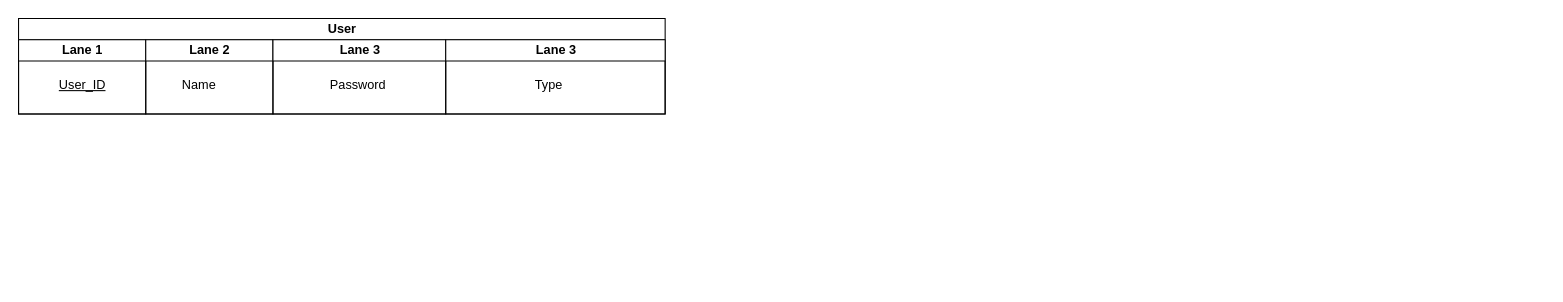
Before: DBDesign.drawio in tp12356twNccu/Database_NCCU, a draw.io diagram. Source tidied: cells renumbered, new cells numbered last; positions are measured from the earlier drawing's top-left corner, leaving out a move shared by most shapes. Both pictures are drawn from the tidied source at 106%, with x=0, y=0 at pixel (18, 18).
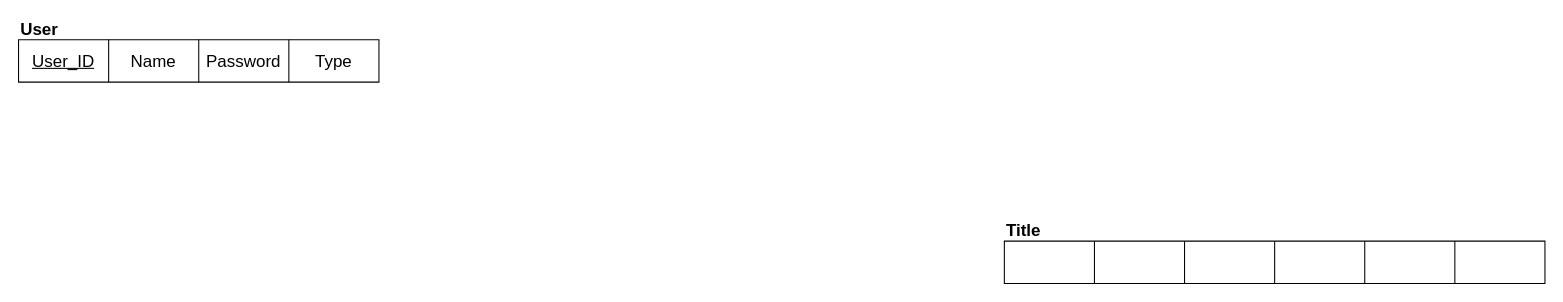
The same page after the edit.

Diff of the diagram source:
```diff
@@
 <mxGraphModel>
   <root>
     <mxCell id="0" />
     <mxCell id="1" parent="0" />
-    <mxCell id="2" value="User" style="swimlane;startSize=20;html=1;" parent="1" vertex="1">
-      <mxGeometry width="610" height="90" as="geometry" />
-    </mxCell>
-    <mxCell id="3" value="Lane 1" style="swimlane;startSize=20;html=1;" parent="2" vertex="1">
-      <mxGeometry y="20" width="120" height="70" as="geometry" />
-    </mxCell>
+    <mxCell id="11" style="shape=table;startSize=0;childLayout=tableLayout;fontSize=16;" parent="1" vertex="1">
+      <mxGeometry x="930" y="210" width="510" height="40" as="geometry" />
+    </mxCell>
+    <mxCell id="12" style="shape=tableRow;horizontal=0;startSize=0;swimlaneHead=0;swimlaneBody=0;strokeColor=inherit;top=0;left=0;bottom=0;right=0;fillColor=none;fontSize=16;" parent="11" vertex="1">
+      <mxGeometry width="510" height="40" as="geometry" />
+    </mxCell>
+    <mxCell id="13" style="shape=partialRectangle;html=1;whiteSpace=wrap;strokeColor=inherit;overflow=hidden;fillColor=none;top=0;left=0;bottom=0;right=0;fontSize=16;" parent="12" vertex="1">
+      <mxGeometry width="85" height="40" as="geometry" />
+    </mxCell>
+    <mxCell id="14" style="shape=partialRectangle;html=1;whiteSpace=wrap;strokeColor=inherit;overflow=hidden;fillColor=none;top=0;left=0;bottom=0;right=0;fontSize=16;" parent="12" vertex="1">
+      <mxGeometry x="85" width="85" height="40" as="geometry" />
+    </mxCell>
+    <mxCell id="15" style="shape=partialRectangle;html=1;whiteSpace=wrap;strokeColor=inherit;overflow=hidden;fillColor=none;top=0;left=0;bottom=0;right=0;fontSize=16;" parent="12" vertex="1">
+      <mxGeometry x="170" width="85" height="40" as="geometry" />
+    </mxCell>
+    <mxCell id="16" style="shape=partialRectangle;html=1;whiteSpace=wrap;strokeColor=inherit;overflow=hidden;fillColor=none;top=0;left=0;bottom=0;right=0;fontSize=16;" parent="12" vertex="1">
+      <mxGeometry x="255" width="85" height="40" as="geometry" />
+    </mxCell>
+    <mxCell id="17" style="shape=partialRectangle;html=1;whiteSpace=wrap;strokeColor=inherit;overflow=hidden;fillColor=none;top=0;left=0;bottom=0;right=0;fontSize=16;" parent="12" vertex="1">
+      <mxGeometry x="340" width="85" height="40" as="geometry" />
+    </mxCell>
+    <mxCell id="18" style="shape=partialRectangle;html=1;whiteSpace=wrap;strokeColor=inherit;overflow=hidden;fillColor=none;top=0;left=0;bottom=0;right=0;fontSize=12;" parent="12" vertex="1">
+      <mxGeometry x="425" width="85" height="40" as="geometry" />
+    </mxCell>
+    <mxCell id="19" value="Title" style="text;strokeColor=none;fillColor=none;html=1;fontSize=16;fontStyle=1;verticalAlign=middle;align=left;" parent="1" vertex="1">
+      <mxGeometry x="930" y="190" width="60" height="20" as="geometry" />
+    </mxCell>
+    <mxCell id="20" style="shape=table;startSize=0;childLayout=tableLayout;fontSize=12;" parent="1" vertex="1">
+      <mxGeometry y="20" width="340" height="40" as="geometry" />
+    </mxCell>
+    <mxCell id="21" style="shape=tableRow;horizontal=0;startSize=0;swimlaneHead=0;swimlaneBody=0;strokeColor=inherit;top=0;left=0;bottom=0;right=0;fillColor=none;fontSize=16;" parent="20" vertex="1">
+      <mxGeometry width="340" height="40" as="geometry" />
+    </mxCell>
-    <mxCell id="4" value="&lt;u&gt;User_ID&lt;/u&gt;" style="text;html=1;align=center;verticalAlign=middle;strokeColor=none;fillColor=none;" parent="3" vertex="1">
-      <mxGeometry x="25" y="28" width="70" height="30" as="geometry" />
+    <mxCell id="4" value="User_ID" style="shape=partialRectangle;html=1;whiteSpace=wrap;strokeColor=inherit;overflow=hidden;fillColor=none;top=0;left=0;bottom=0;right=0;fontSize=16;fontStyle=4;" parent="21" vertex="1">
+      <mxGeometry width="85" height="40" as="geometry" />
     </mxCell>
-    <mxCell id="5" value="Lane 2" style="swimlane;startSize=20;html=1;" parent="2" vertex="1">
-      <mxGeometry x="120" y="20" width="120" height="70" as="geometry" />
-    </mxCell>
-    <mxCell id="6" value="Lane 3" style="swimlane;startSize=20;html=1;" parent="2" vertex="1">
-      <mxGeometry x="240" y="20" width="163" height="70" as="geometry" />
-    </mxCell>
-    <mxCell id="7" value="Lane 3" style="swimlane;startSize=20;html=1;" parent="2" vertex="1">
-      <mxGeometry x="403" y="20" width="207" height="70" as="geometry" />
-    </mxCell>
-    <mxCell id="8" value="Name" style="text;html=1;align=center;verticalAlign=middle;strokeColor=none;fillColor=none;" parent="1" vertex="1">
-      <mxGeometry x="140" y="48" width="60" height="30" as="geometry" />
+    <mxCell id="8" value="Name" style="shape=partialRectangle;html=1;whiteSpace=wrap;strokeColor=inherit;overflow=hidden;fillColor=none;top=0;left=0;bottom=0;right=0;fontSize=16;" parent="21" vertex="1">
+      <mxGeometry x="85" width="85" height="40" as="geometry" />
     </mxCell>
-    <mxCell id="9" value="Password" style="text;html=1;align=center;verticalAlign=middle;strokeColor=none;fillColor=none;" parent="1" vertex="1">
-      <mxGeometry x="280" y="48" width="80" height="30" as="geometry" />
+    <mxCell id="9" value="Password" style="shape=partialRectangle;html=1;whiteSpace=wrap;strokeColor=inherit;overflow=hidden;fillColor=none;top=0;left=0;bottom=0;right=0;fontSize=16;" parent="21" vertex="1">
+      <mxGeometry x="170" width="85" height="40" as="geometry" />
     </mxCell>
-    <mxCell id="10" value="Type" style="text;html=1;align=center;verticalAlign=middle;strokeColor=none;fillColor=none;" parent="1" vertex="1">
-      <mxGeometry x="475" y="48" width="50" height="30" as="geometry" />
+    <mxCell id="10" value="Type" style="shape=partialRectangle;html=1;whiteSpace=wrap;strokeColor=inherit;overflow=hidden;fillColor=none;top=0;left=0;bottom=0;right=0;fontSize=16;" parent="21" vertex="1">
+      <mxGeometry x="255" width="85" height="40" as="geometry" />
     </mxCell>
+    <mxCell id="2" value="User" style="text;strokeColor=none;fillColor=none;html=1;fontSize=16;fontStyle=1;verticalAlign=middle;align=left;" parent="1" vertex="1">
+      <mxGeometry width="60" height="20" as="geometry" />
+    </mxCell>
   </root>
 </mxGraphModel>
```
